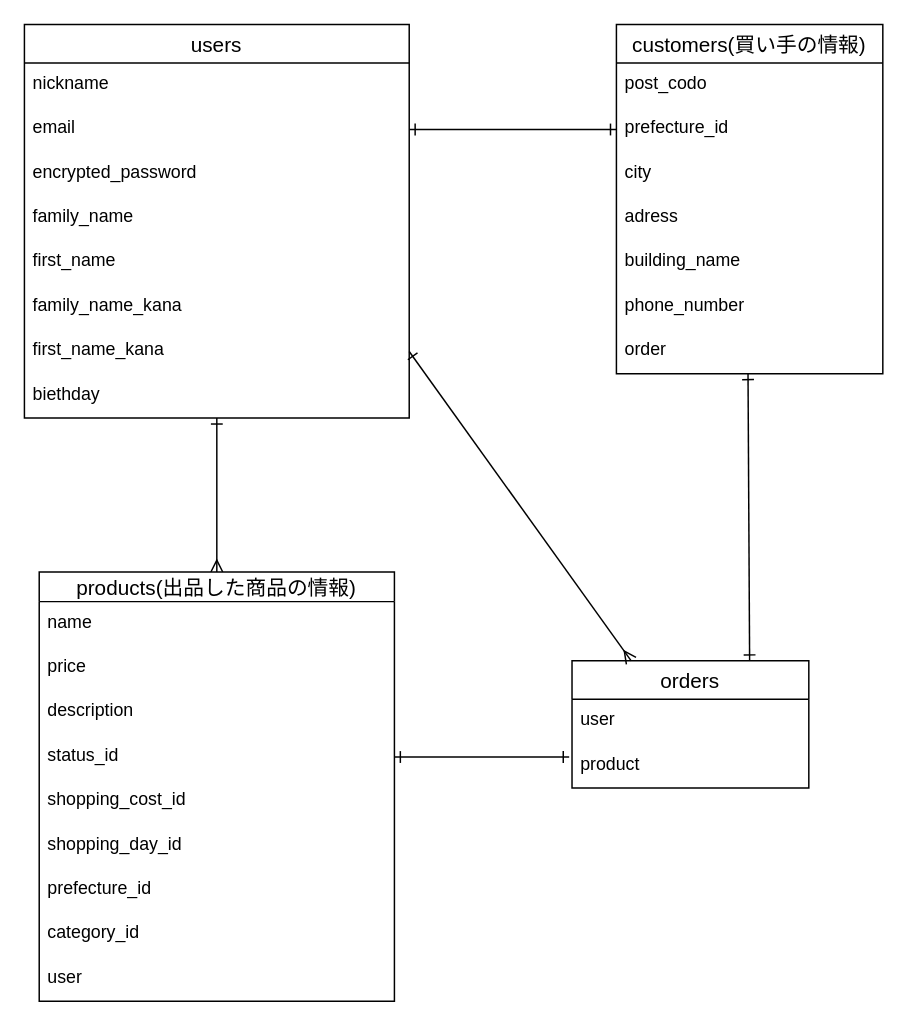
Above: furima.dio in takahiro-it/furima-37651 (draw.io), before the change. Source tidied: cells renumbered, new cells numbered last; positions are measured from the earlier drawing's top-left corner, leaving out a move shared by most shapes. Both pictures are drawn from the tidied source at 148%, with x=0, y=0 at pixel (24, 24).
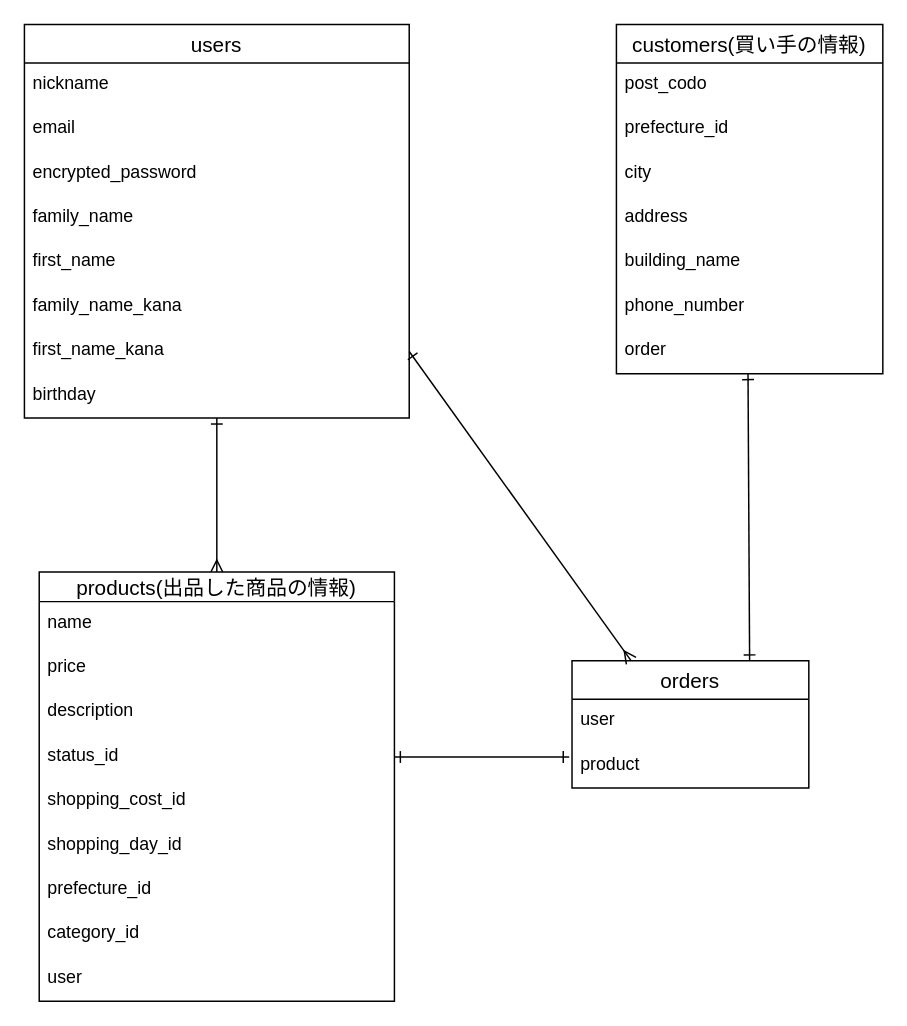
Above is the later version.

The change refers to these unchanged cells:
```xml
<mxCell id="2" value="users" style="swimlane;fontStyle=0;horizontal=1;startSize=26;align=center;fontSize=14;" parent="1" vertex="1">
  <mxGeometry width="260" height="266" as="geometry" />
</mxCell>
<mxCell id="4" value="email" style="text;strokeColor=none;fillColor=none;spacingLeft=4;spacingRight=4;overflow=hidden;points=[[0,0.5],[1,0.5]];portConstraint=eastwest;fontSize=12;" parent="2" vertex="1">
  <mxGeometry y="56" width="260" height="30" as="geometry" />
</mxCell>
<mxCell id="26" value="customers(買い手の情報)" style="swimlane;fontStyle=0;horizontal=1;startSize=26;align=center;fontSize=14;" parent="1" vertex="1">
  <mxGeometry x="400" width="180" height="236" as="geometry" />
</mxCell>
<mxCell id="28" value="prefecture_id" style="text;strokeColor=none;fillColor=none;spacingLeft=4;spacingRight=4;overflow=hidden;points=[[0,0.5],[1,0.5]];portConstraint=eastwest;fontSize=12;" parent="26" vertex="1">
  <mxGeometry y="56" width="180" height="30" as="geometry" />
</mxCell>
```

Change to the diagram source:
```diff
@@
-    <mxCell id="10" value="biethday" style="text;strokeColor=none;fillColor=none;spacingLeft=4;spacingRight=4;overflow=hidden;fontSize=12;" parent="2" vertex="1">
+    <mxCell id="10" value="birthday" style="text;strokeColor=none;fillColor=none;spacingLeft=4;spacingRight=4;overflow=hidden;fontSize=12;" parent="2" vertex="1">
       <mxGeometry y="236" width="260" height="30" as="geometry" />
     </mxCell>
@@
-    <mxCell id="30" value="adress" style="text;strokeColor=none;fillColor=none;spacingLeft=4;spacingRight=4;overflow=hidden;fontSize=12;" parent="26" vertex="1">
+    <mxCell id="30" value="address" style="text;strokeColor=none;fillColor=none;spacingLeft=4;spacingRight=4;overflow=hidden;fontSize=12;" parent="26" vertex="1">
       <mxGeometry y="116" width="180" height="30" as="geometry" />
     </mxCell>
@@
-    <mxCell id="34" style="edgeStyle=none;html=1;exitX=1;exitY=0.5;exitDx=0;exitDy=0;entryX=0;entryY=0.5;entryDx=0;entryDy=0;fontColor=#FFFFFF;startArrow=ERone;startFill=0;endArrow=ERone;endFill=0;" parent="1" edge="1" source="4" target="28">
-      <mxGeometry relative="1" as="geometry" />
-    </mxCell>
```
